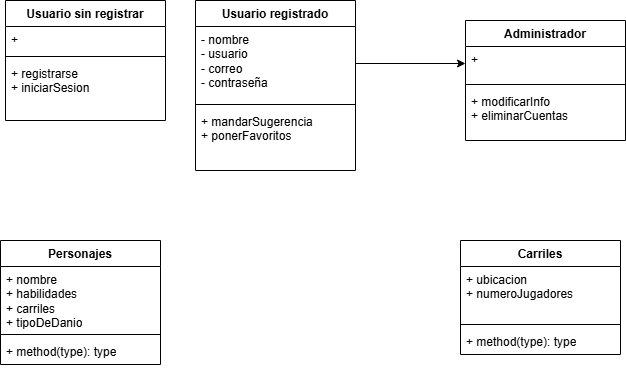
Above: images/diagrama clases.drawio.png in mahoramas/LOLpedia-App (draw.io), before the change. Source tidied: cells renumbered, new cells last; positions are measured from the earlier drawing's top-left corner, leaving out a move shared by most shapes.
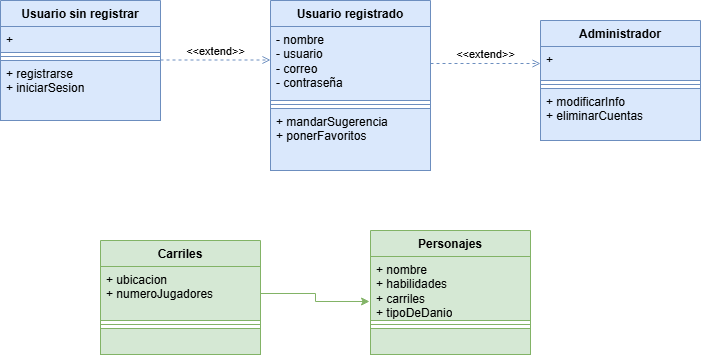
Above is the later version.

What changed in the source:
```diff
@@ -2,68 +2,77 @@
   <root>
     <mxCell id="0" />
     <mxCell id="1" parent="0" />
-    <mxCell id="2" value="Usuario sin registrar" style="swimlane;fontStyle=1;align=center;verticalAlign=top;horizontal=1;startSize=26;whiteSpace=wrap;html=1;" parent="1" vertex="1">
-      <mxGeometry x="5" width="160" height="120" as="geometry" />
+    <mxCell id="2" value="Usuario sin registrar" style="swimlane;fontStyle=1;align=center;verticalAlign=top;horizontal=1;startSize=26;whiteSpace=wrap;html=1;fillColor=#dae8fc;strokeColor=#6c8ebf;" parent="1" vertex="1">
+      <mxGeometry x="-75" width="160" height="120" as="geometry" />
     </mxCell>
-    <mxCell id="3" value="+" style="text;strokeColor=none;fillColor=none;align=left;verticalAlign=top;spacingLeft=4;spacingRight=4;overflow=hidden;whiteSpace=wrap;html=1;" parent="2" vertex="1">
+    <mxCell id="3" value="+" style="text;strokeColor=#6c8ebf;fillColor=#dae8fc;align=left;verticalAlign=top;spacingLeft=4;spacingRight=4;overflow=hidden;whiteSpace=wrap;html=1;" parent="2" vertex="1">
       <mxGeometry y="26" width="160" height="26" as="geometry" />
     </mxCell>
-    <mxCell id="4" style="line;strokeWidth=1;fillColor=none;align=left;verticalAlign=middle;spacingTop=-1;spacingLeft=3;spacingRight=3;labelPosition=right;strokeColor=inherit;" parent="2" vertex="1">
+    <mxCell id="4" style="line;strokeWidth=1;fillColor=#dae8fc;align=left;verticalAlign=middle;spacingTop=-1;spacingLeft=3;spacingRight=3;labelPosition=right;strokeColor=#6c8ebf;" parent="2" vertex="1">
       <mxGeometry y="52" width="160" height="8" as="geometry" />
     </mxCell>
-    <mxCell id="5" value="+ registrarse&lt;div&gt;&lt;span style=&quot;background-color: transparent; color: light-dark(rgb(0, 0, 0), rgb(255, 255, 255));&quot;&gt;+ iniciarSesion&lt;/span&gt;&lt;/div&gt;" style="text;strokeColor=none;fillColor=none;align=left;verticalAlign=top;spacingLeft=4;spacingRight=4;overflow=hidden;whiteSpace=wrap;html=1;" parent="2" vertex="1">
+    <mxCell id="5" value="+ registrarse&lt;div&gt;&lt;span style=&quot;background-color: transparent; color: light-dark(rgb(0, 0, 0), rgb(255, 255, 255));&quot;&gt;+ iniciarSesion&lt;/span&gt;&lt;/div&gt;" style="text;strokeColor=#6c8ebf;fillColor=#dae8fc;align=left;verticalAlign=top;spacingLeft=4;spacingRight=4;overflow=hidden;whiteSpace=wrap;html=1;" parent="2" vertex="1">
       <mxGeometry y="60" width="160" height="60" as="geometry" />
     </mxCell>
-    <mxCell id="6" value="Usuario registrado" style="swimlane;fontStyle=1;align=center;verticalAlign=top;horizontal=1;startSize=26;whiteSpace=wrap;html=1;" parent="1" vertex="1">
+    <mxCell id="6" value="Usuario registrado" style="swimlane;fontStyle=1;align=center;verticalAlign=top;horizontal=1;startSize=26;whiteSpace=wrap;html=1;fillColor=#dae8fc;strokeColor=#6c8ebf;" parent="1" vertex="1">
       <mxGeometry x="195" width="160" height="170" as="geometry" />
     </mxCell>
-    <mxCell id="7" value="- nombre&lt;div&gt;- usuario&lt;/div&gt;&lt;div&gt;- correo&lt;/div&gt;&lt;div&gt;- contraseña&lt;/div&gt;" style="text;strokeColor=none;fillColor=none;align=left;verticalAlign=top;spacingLeft=4;spacingRight=4;overflow=hidden;points=[[0,0.5],[1,0.5]];portConstraint=eastwest;whiteSpace=wrap;html=1;" parent="6" vertex="1">
+    <mxCell id="7" value="- nombre&lt;div&gt;- usuario&lt;/div&gt;&lt;div&gt;- correo&lt;/div&gt;&lt;div&gt;- contraseña&lt;/div&gt;" style="text;strokeColor=#6c8ebf;fillColor=#dae8fc;align=left;verticalAlign=top;spacingLeft=4;spacingRight=4;overflow=hidden;points=[[0,0.5],[1,0.5]];portConstraint=eastwest;whiteSpace=wrap;html=1;" parent="6" vertex="1">
       <mxGeometry y="26" width="160" height="74" as="geometry" />
     </mxCell>
-    <mxCell id="8" style="line;strokeWidth=1;fillColor=none;align=left;verticalAlign=middle;spacingTop=-1;spacingLeft=3;spacingRight=3;labelPosition=right;strokeColor=inherit;" parent="6" vertex="1">
+    <mxCell id="8" style="line;strokeWidth=1;fillColor=#dae8fc;align=left;verticalAlign=middle;spacingTop=-1;spacingLeft=3;spacingRight=3;labelPosition=right;strokeColor=#6c8ebf;" parent="6" vertex="1">
       <mxGeometry y="100" width="160" height="8" as="geometry" />
     </mxCell>
-    <mxCell id="9" value="+ mandarSugerencia&lt;div&gt;+ ponerFavoritos&lt;/div&gt;&lt;div&gt;&lt;br&gt;&lt;/div&gt;" style="text;strokeColor=none;fillColor=none;align=left;verticalAlign=top;spacingLeft=4;spacingRight=4;overflow=hidden;whiteSpace=wrap;html=1;" parent="6" vertex="1">
+    <mxCell id="9" value="+ mandarSugerencia&lt;div&gt;+ ponerFavoritos&lt;/div&gt;&lt;div&gt;&lt;br&gt;&lt;/div&gt;" style="text;strokeColor=#6c8ebf;fillColor=#dae8fc;align=left;verticalAlign=top;spacingLeft=4;spacingRight=4;overflow=hidden;whiteSpace=wrap;html=1;" parent="6" vertex="1">
       <mxGeometry y="108" width="160" height="62" as="geometry" />
     </mxCell>
-    <mxCell id="10" value="Administrador" style="swimlane;fontStyle=1;align=center;verticalAlign=top;horizontal=1;startSize=26;whiteSpace=wrap;html=1;" parent="1" vertex="1">
+    <mxCell id="10" value="Administrador" style="swimlane;fontStyle=1;align=center;verticalAlign=top;horizontal=1;startSize=26;whiteSpace=wrap;html=1;fillColor=#dae8fc;strokeColor=#6c8ebf;" parent="1" vertex="1">
       <mxGeometry x="465" y="20" width="160" height="120" as="geometry" />
     </mxCell>
-    <mxCell id="11" value="+&amp;nbsp;" style="text;strokeColor=none;fillColor=none;align=left;verticalAlign=top;spacingLeft=4;spacingRight=4;overflow=hidden;points=[[0,0.5],[1,0.5]];portConstraint=eastwest;whiteSpace=wrap;html=1;" parent="10" vertex="1">
+    <mxCell id="11" value="+&amp;nbsp;" style="text;strokeColor=#6c8ebf;fillColor=#dae8fc;align=left;verticalAlign=top;spacingLeft=4;spacingRight=4;overflow=hidden;points=[[0,0.5],[1,0.5]];portConstraint=eastwest;whiteSpace=wrap;html=1;" parent="10" vertex="1">
       <mxGeometry y="26" width="160" height="34" as="geometry" />
     </mxCell>
-    <mxCell id="12" style="line;strokeWidth=1;fillColor=none;align=left;verticalAlign=middle;spacingTop=-1;spacingLeft=3;spacingRight=3;labelPosition=right;strokeColor=inherit;" parent="10" vertex="1">
+    <mxCell id="12" style="line;strokeWidth=1;fillColor=#dae8fc;align=left;verticalAlign=middle;spacingTop=-1;spacingLeft=3;spacingRight=3;labelPosition=right;strokeColor=#6c8ebf;" parent="10" vertex="1">
       <mxGeometry y="60" width="160" height="8" as="geometry" />
     </mxCell>
-    <mxCell id="13" value="+ modificarInfo&lt;div&gt;+ eliminarCuentas&lt;/div&gt;" style="text;strokeColor=none;fillColor=none;align=left;verticalAlign=top;spacingLeft=4;spacingRight=4;overflow=hidden;whiteSpace=wrap;html=1;" parent="10" vertex="1">
+    <mxCell id="13" value="+ modificarInfo&lt;div&gt;+ eliminarCuentas&lt;/div&gt;" style="text;strokeColor=#6c8ebf;fillColor=#dae8fc;align=left;verticalAlign=top;spacingLeft=4;spacingRight=4;overflow=hidden;whiteSpace=wrap;html=1;" parent="10" vertex="1">
       <mxGeometry y="68" width="160" height="52" as="geometry" />
     </mxCell>
-    <mxCell id="14" value="Personajes" style="swimlane;fontStyle=1;align=center;verticalAlign=top;horizontal=1;startSize=26;whiteSpace=wrap;html=1;" parent="1" vertex="1">
-      <mxGeometry y="240" width="160" height="124" as="geometry" />
+    <mxCell id="14" value="Personajes" style="swimlane;fontStyle=1;align=center;verticalAlign=top;horizontal=1;startSize=26;whiteSpace=wrap;html=1;fillColor=#d5e8d4;strokeColor=#82b366;" parent="1" vertex="1">
+      <mxGeometry x="295" y="230" width="160" height="124" as="geometry" />
     </mxCell>
-    <mxCell id="15" value="+ nombre&lt;div&gt;+ habilidades&lt;/div&gt;&lt;div&gt;+ carriles&lt;/div&gt;&lt;div&gt;+ tipoDeDanio&lt;/div&gt;" style="text;strokeColor=none;fillColor=none;align=left;verticalAlign=top;spacingLeft=4;spacingRight=4;overflow=hidden;points=[[0,0.5],[1,0.5]];portConstraint=eastwest;whiteSpace=wrap;html=1;" parent="14" vertex="1">
+    <mxCell id="15" value="+ nombre&lt;div&gt;+ habilidades&lt;/div&gt;&lt;div&gt;+ carriles&lt;/div&gt;&lt;div&gt;+ tipoDeDanio&lt;/div&gt;" style="text;strokeColor=#82b366;fillColor=#d5e8d4;align=left;verticalAlign=top;spacingLeft=4;spacingRight=4;overflow=hidden;points=[[0,0.5],[1,0.5]];portConstraint=eastwest;whiteSpace=wrap;html=1;" parent="14" vertex="1">
       <mxGeometry y="26" width="160" height="64" as="geometry" />
     </mxCell>
-    <mxCell id="16" style="line;strokeWidth=1;fillColor=none;align=left;verticalAlign=middle;spacingTop=-1;spacingLeft=3;spacingRight=3;labelPosition=right;strokeColor=inherit;" parent="14" vertex="1">
+    <mxCell id="16" style="line;strokeWidth=1;fillColor=#d5e8d4;align=left;verticalAlign=middle;spacingTop=-1;spacingLeft=3;spacingRight=3;labelPosition=right;strokeColor=#82b366;" parent="14" vertex="1">
       <mxGeometry y="90" width="160" height="8" as="geometry" />
     </mxCell>
-    <mxCell id="17" value="+ method(type): type" style="text;strokeColor=none;fillColor=none;align=left;verticalAlign=top;spacingLeft=4;spacingRight=4;overflow=hidden;whiteSpace=wrap;html=1;" parent="14" vertex="1">
+    <mxCell id="17" style="text;strokeColor=#82b366;fillColor=#d5e8d4;align=left;verticalAlign=top;spacingLeft=4;spacingRight=4;overflow=hidden;whiteSpace=wrap;html=1;" parent="14" vertex="1">
       <mxGeometry y="98" width="160" height="26" as="geometry" />
     </mxCell>
-    <mxCell id="18" value="Carriles" style="swimlane;fontStyle=1;align=center;verticalAlign=top;horizontal=1;startSize=26;whiteSpace=wrap;html=1;" parent="1" vertex="1">
-      <mxGeometry x="460" y="240" width="160" height="114" as="geometry" />
+    <mxCell id="18" value="Carriles" style="swimlane;fontStyle=1;align=center;verticalAlign=top;horizontal=1;startSize=26;whiteSpace=wrap;html=1;fillColor=#d5e8d4;strokeColor=#82b366;" parent="1" vertex="1">
+      <mxGeometry x="25" y="240" width="160" height="114" as="geometry" />
     </mxCell>
-    <mxCell id="19" value="+ ubicacion&lt;div&gt;+ numeroJugadores&lt;/div&gt;" style="text;strokeColor=none;fillColor=none;align=left;verticalAlign=top;spacingLeft=4;spacingRight=4;overflow=hidden;points=[[0,0.5],[1,0.5]];portConstraint=eastwest;whiteSpace=wrap;html=1;" parent="18" vertex="1">
+    <mxCell id="19" value="+ ubicacion&lt;div&gt;+ numeroJugadores&lt;/div&gt;" style="text;strokeColor=#82b366;fillColor=#d5e8d4;align=left;verticalAlign=top;spacingLeft=4;spacingRight=4;overflow=hidden;points=[[0,0.5],[1,0.5]];portConstraint=eastwest;whiteSpace=wrap;html=1;" parent="18" vertex="1">
       <mxGeometry y="26" width="160" height="54" as="geometry" />
     </mxCell>
-    <mxCell id="20" style="line;strokeWidth=1;fillColor=none;align=left;verticalAlign=middle;spacingTop=-1;spacingLeft=3;spacingRight=3;labelPosition=right;strokeColor=inherit;" parent="18" vertex="1">
+    <mxCell id="20" style="line;strokeWidth=1;fillColor=#d5e8d4;align=left;verticalAlign=middle;spacingTop=-1;spacingLeft=3;spacingRight=3;labelPosition=right;strokeColor=#82b366;" parent="18" vertex="1">
       <mxGeometry y="80" width="160" height="8" as="geometry" />
     </mxCell>
-    <mxCell id="21" value="+ method(type): type" style="text;strokeColor=none;fillColor=none;align=left;verticalAlign=top;spacingLeft=4;spacingRight=4;overflow=hidden;whiteSpace=wrap;html=1;" parent="18" vertex="1">
+    <mxCell id="21" style="text;strokeColor=#82b366;fillColor=#d5e8d4;align=left;verticalAlign=top;spacingLeft=4;spacingRight=4;overflow=hidden;whiteSpace=wrap;html=1;" parent="18" vertex="1">
       <mxGeometry y="88" width="160" height="26" as="geometry" />
     </mxCell>
-    <mxCell id="22" style="edgeStyle=orthogonalEdgeStyle;rounded=0;jettySize=auto;html=1;entryX=0;entryY=0.5;entryDx=0;entryDy=0;" parent="1" edge="1" source="7" target="11">
+    <mxCell id="22" value="&amp;lt;&amp;lt;extend&amp;gt;&amp;gt;" style="html=1;verticalAlign=bottom;labelBackgroundColor=none;endArrow=open;endFill=0;dashed=1;rounded=0;exitX=1;exitY=0.5;exitDx=0;exitDy=0;entryX=0;entryY=0.5;entryDx=0;entryDy=0;fillColor=#dae8fc;strokeColor=#6c8ebf;" parent="1" edge="1" source="7" target="11">
       <mxGeometry relative="1" as="geometry" />
     </mxCell>
+    <mxCell id="23" value="&amp;lt;&amp;lt;extend&amp;gt;&amp;gt;" style="html=1;verticalAlign=bottom;labelBackgroundColor=none;endArrow=open;endFill=0;dashed=1;rounded=0;exitX=1;exitY=0.5;exitDx=0;exitDy=0;entryX=0;entryY=0.5;entryDx=0;entryDy=0;fillColor=#dae8fc;strokeColor=#6c8ebf;" parent="1" edge="1">
+      <mxGeometry relative="1" as="geometry">
+        <mxPoint x="85" y="59.5" as="sourcePoint" />
+        <mxPoint x="195" y="59.5" as="targetPoint" />
+      </mxGeometry>
+    </mxCell>
+    <mxCell id="24" style="edgeStyle=orthogonalEdgeStyle;rounded=0;jettySize=auto;html=1;entryX=-0.006;entryY=0.703;entryDx=0;entryDy=0;entryPerimeter=0;fillColor=#d5e8d4;strokeColor=#82b366;" parent="1" edge="1" source="19" target="15">
+      <mxGeometry relative="1" as="geometry" />
+    </mxCell>
   </root>
 </mxGraphModel>
```
